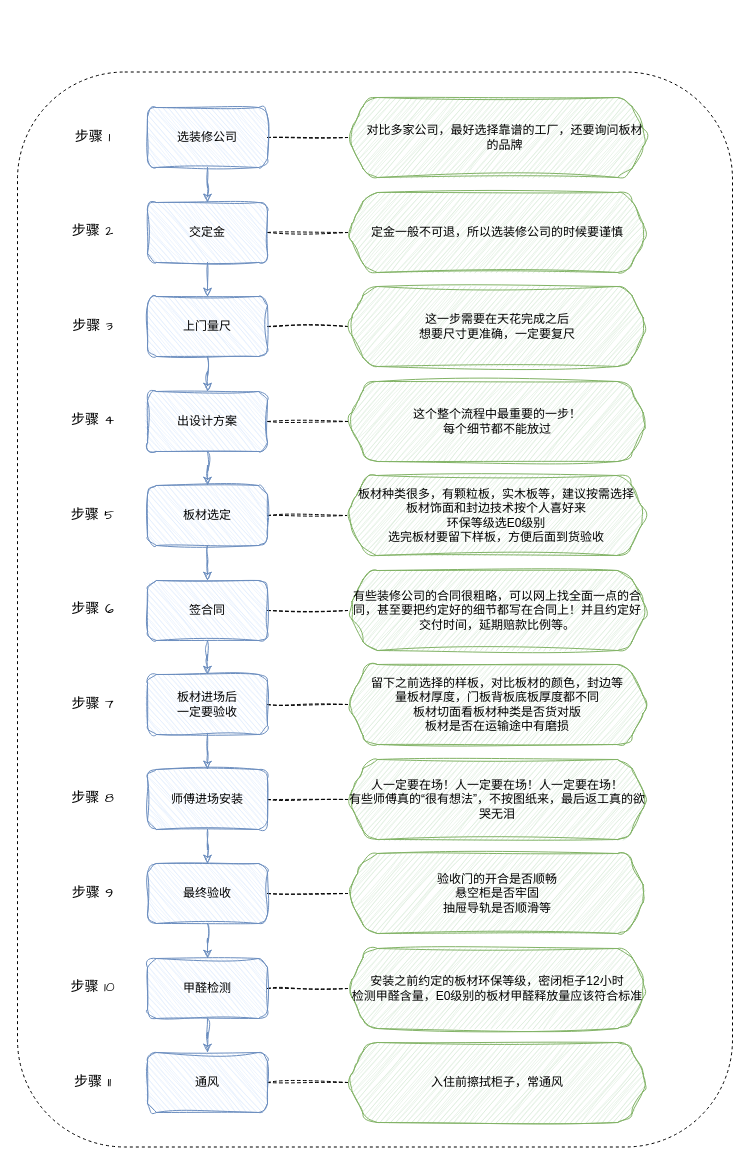
Above: 全屋定制步骤.drawio in yeah2014/hello (draw.io), before the change. Source tidied: cells renumbered, new cells numbered last; positions are measured from the earlier drawing's top-left corner, leaving out a move shared by most shapes. Both pictures are drawn from the tidied source at 100%, with x=0, y=0 at pixel (17, 71).
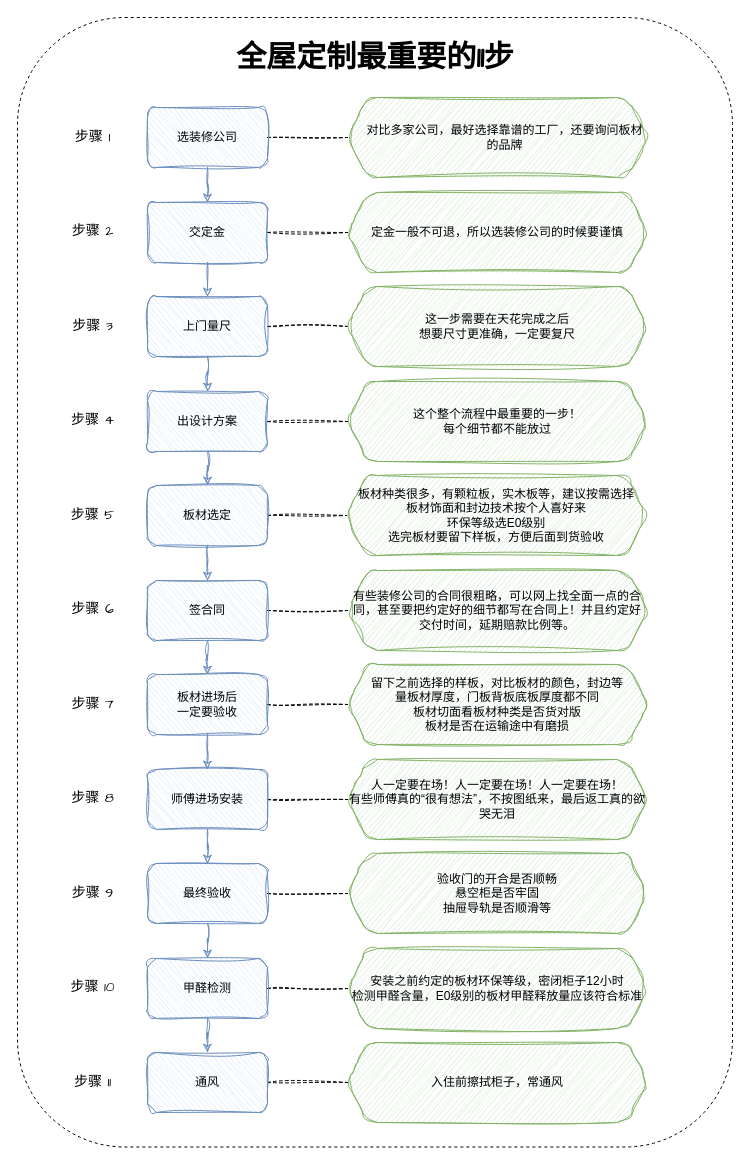
Above is the later version.

Commit message (it also covers changes not shown here):
Update 全屋定制步骤.drawio

Diff of the diagram source:
```diff
@@
     <mxCell id="2" style="rounded=1;whiteSpace=wrap;html=1;dashed=1;" parent="1" vertex="1">
-      <mxGeometry y="0.5" width="715" height="1075" as="geometry" />
+      <mxGeometry y="-54" width="715" height="1129.5" as="geometry" />
     </mxCell>
@@
+    <mxCell id="57" value="全屋定制最重要的11步" style="text;html=1;strokeColor=none;fillColor=none;align=center;verticalAlign=middle;whiteSpace=wrap;rounded=0;fontFamily=Comic Sans MS;fontSize=30;fontStyle=1;" parent="1" vertex="1">
+      <mxGeometry x="197.5" y="-24" width="320" height="20" as="geometry" />
+    </mxCell>
```
